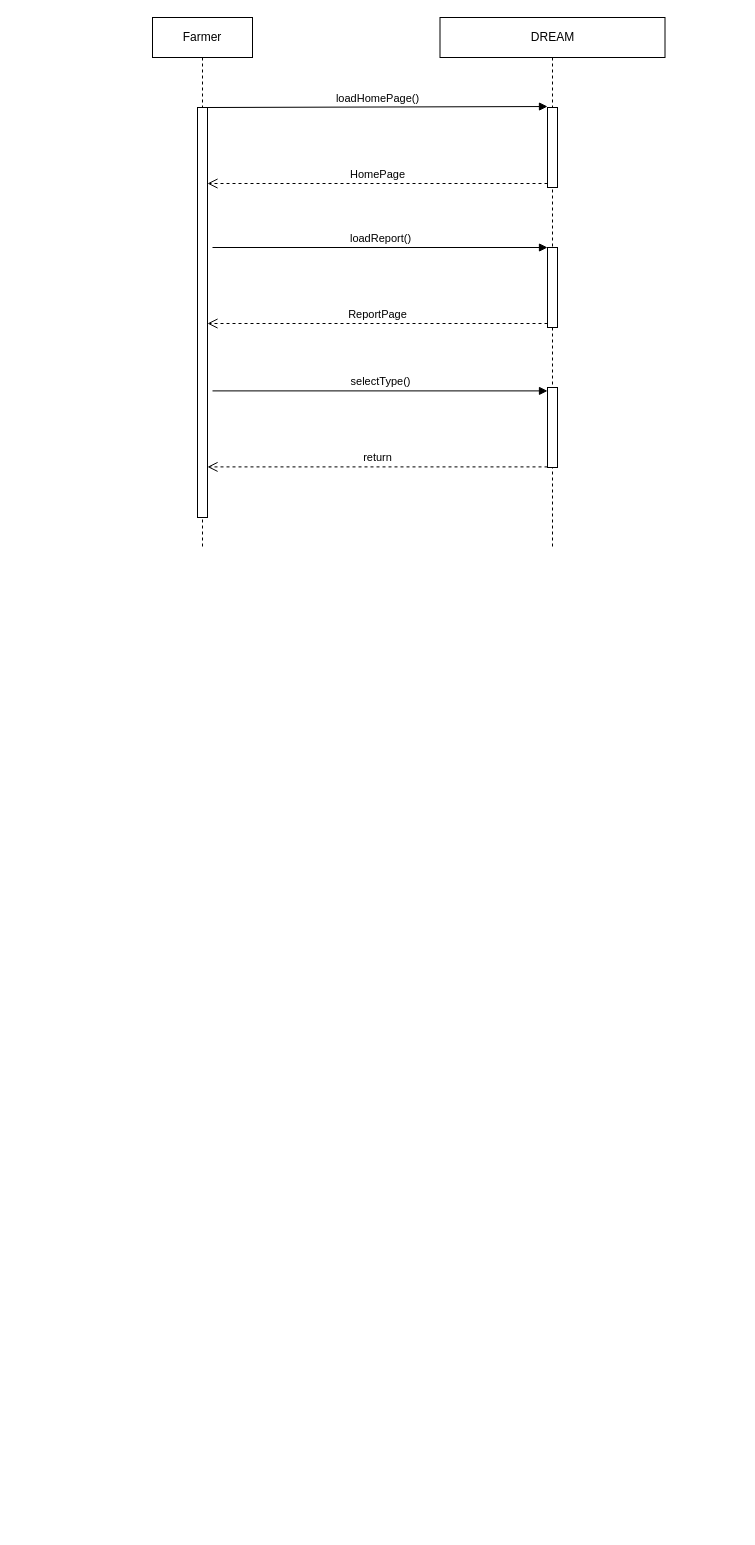
This is page "FarmerReport" (7 of 13) of RASD/diagrams/Sequence Diagram.drawio from ictar/DREAM-SE2-Project-2022, a draw.io file, before an edit. Source tidied: cells renumbered, new cells numbered last; positions are measured from the earlier drawing's top-left corner, leaving out a move shared by most shapes. Both pictures are drawn from the tidied source at 100%, with x=0, y=0 at pixel (152, 17).
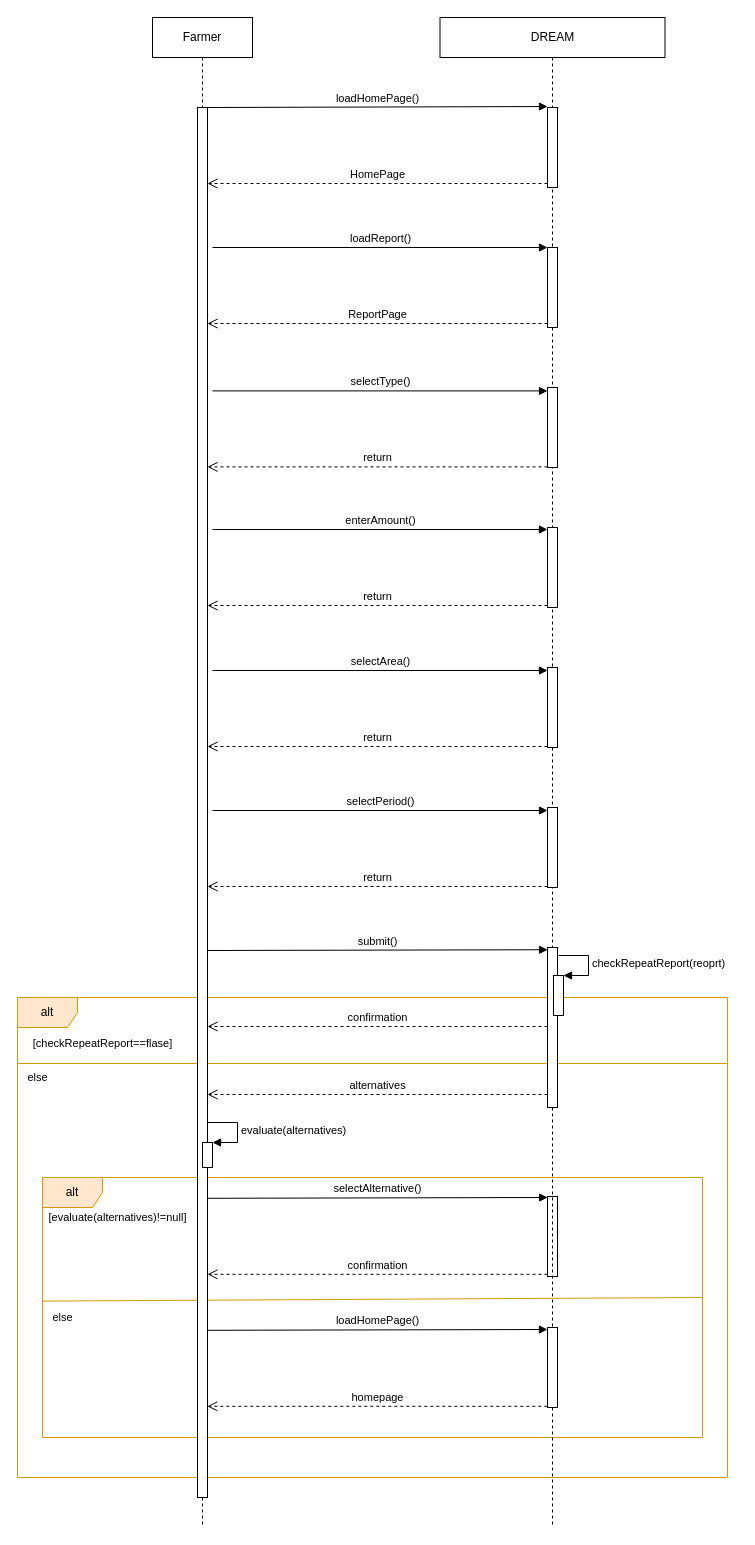
After the change.

Change to the diagram source:
```diff
@@
+    <mxCell id="14" style="group;" parent="1" vertex="1">
+      <mxGeometry x="-135" y="980" width="720" height="480" as="geometry" />
+    </mxCell>
+    <mxCell id="15" style="group;" parent="14" vertex="1">
+      <mxGeometry width="720" height="480" as="geometry" />
+    </mxCell>
+    <mxCell id="16" value="alt" style="shape=umlFrame;whiteSpace=wrap;html=1;fillColor=#ffe6cc;strokeColor=#d79b00;" parent="15" vertex="1">
+      <mxGeometry width="710" height="480" as="geometry" />
+    </mxCell>
+    <mxCell id="17" value="&lt;span style=&quot;font-size: 11px ; text-align: left ; background-color: rgb(255 , 255 , 255)&quot;&gt;[checkRepeatReport==flase]&lt;/span&gt;" style="text;html=1;align=center;verticalAlign=middle;strokeColor=none;fillColor=none;" parent="15" vertex="1">
+      <mxGeometry y="36" width="170" height="20" as="geometry" />
+    </mxCell>
+    <mxCell id="18" value="&lt;div style=&quot;text-align: left&quot;&gt;&lt;span style=&quot;font-size: 11px ; background-color: rgb(255 , 255 , 255)&quot;&gt;else&lt;/span&gt;&lt;/div&gt;" style="text;html=1;align=center;verticalAlign=middle;strokeColor=none;fillColor=none;" parent="15" vertex="1">
+      <mxGeometry y="70" width="40" height="20" as="geometry" />
+    </mxCell>
+    <mxCell id="19" style="group;" parent="15" vertex="1">
+      <mxGeometry x="25" y="180" width="660" height="280" as="geometry" />
+    </mxCell>
+    <mxCell id="20" value="alt" style="shape=umlFrame;whiteSpace=wrap;html=1;fillColor=#ffe6cc;strokeColor=#d79b00;" parent="19" vertex="1">
+      <mxGeometry width="660" height="260" as="geometry" />
+    </mxCell>
+    <mxCell id="21" value="&lt;font style=&quot;font-size: 11px&quot;&gt;&lt;span style=&quot;text-align: left ; background-color: rgb(255 , 255 , 255) ; font-size: 11px&quot;&gt;[&lt;/span&gt;&lt;span style=&quot;text-align: left ; background-color: rgb(255 , 255 , 255) ; font-size: 11px&quot;&gt;evaluate(alternatives)!=null&lt;/span&gt;&lt;span style=&quot;text-align: left ; background-color: rgb(255 , 255 , 255) ; font-size: 11px&quot;&gt;]&lt;/span&gt;&lt;/font&gt;" style="text;html=1;align=center;verticalAlign=middle;strokeColor=none;fillColor=none;" parent="19" vertex="1">
+      <mxGeometry x="-10" y="30.3" width="170" height="20" as="geometry" />
+    </mxCell>
+    <mxCell id="22" value="&lt;div style=&quot;text-align: left&quot;&gt;&lt;span style=&quot;font-size: 11px ; background-color: rgb(255 , 255 , 255)&quot;&gt;else&lt;/span&gt;&lt;/div&gt;" style="text;html=1;align=center;verticalAlign=middle;strokeColor=none;fillColor=none;" parent="19" vertex="1">
+      <mxGeometry y="130" width="40" height="20" as="geometry" />
+    </mxCell>
+    <mxCell id="23" style="endArrow=none;html=1;rounded=0;exitX=0;exitY=0.4;exitDx=0;exitDy=0;exitPerimeter=0;fillColor=#ffe6cc;strokeColor=#d79b00;entryX=1.001;entryY=0.2;entryDx=0;entryDy=0;entryPerimeter=0;" parent="19" edge="1">
+      <mxGeometry relative="1" as="geometry">
+        <mxPoint y="123.6" as="sourcePoint" />
+        <mxPoint x="660.7" y="120" as="targetPoint" />
+      </mxGeometry>
+    </mxCell>
+    <mxCell id="24" value="confirmation" style="html=1;verticalAlign=bottom;endArrow=open;dashed=1;endSize=8;exitX=0;exitY=0.95;rounded=0;" parent="19" edge="1">
+      <mxGeometry relative="1" as="geometry">
+        <mxPoint x="505" y="96.8" as="sourcePoint" />
+        <mxPoint x="165" y="96.8" as="targetPoint" />
+      </mxGeometry>
+    </mxCell>
+    <mxCell id="25" value="selectAlternative()" style="html=1;verticalAlign=bottom;endArrow=block;entryX=0.016;entryY=0.014;rounded=0;entryDx=0;entryDy=0;entryPerimeter=0;" parent="19" edge="1">
+      <mxGeometry relative="1" as="geometry">
+        <mxPoint x="165" y="20.8" as="sourcePoint" />
+        <mxPoint x="505.2" y="20" as="targetPoint" />
+      </mxGeometry>
+    </mxCell>
+    <mxCell id="26" style="html=1;perimeter=orthogonalPerimeter;" parent="19" vertex="1">
+      <mxGeometry x="505" y="19" width="10" height="80" as="geometry" />
+    </mxCell>
+    <mxCell id="27" value="homepage" style="html=1;verticalAlign=bottom;endArrow=open;dashed=1;endSize=8;exitX=0;exitY=0.95;rounded=0;" parent="19" edge="1">
+      <mxGeometry relative="1" as="geometry">
+        <mxPoint x="504.8" y="228.8" as="sourcePoint" />
+        <mxPoint x="164.8" y="228.8" as="targetPoint" />
+      </mxGeometry>
+    </mxCell>
+    <mxCell id="28" value="loadHomePage()" style="html=1;verticalAlign=bottom;endArrow=block;entryX=0.016;entryY=0.014;rounded=0;entryDx=0;entryDy=0;entryPerimeter=0;" parent="19" edge="1">
+      <mxGeometry relative="1" as="geometry">
+        <mxPoint x="164.8" y="152.8" as="sourcePoint" />
+        <mxPoint x="505" y="152" as="targetPoint" />
+      </mxGeometry>
+    </mxCell>
+    <mxCell id="29" style="endArrow=none;html=1;rounded=0;exitX=0;exitY=0.4;exitDx=0;exitDy=0;exitPerimeter=0;fillColor=#ffe6cc;strokeColor=#d79b00;" parent="14" edge="1">
+      <mxGeometry relative="1" as="geometry">
+        <mxPoint y="66" as="sourcePoint" />
+        <mxPoint x="710" y="66" as="targetPoint" />
+      </mxGeometry>
+    </mxCell>
     <mxCell id="2" value="Farmer" style="shape=umlLifeline;perimeter=lifelinePerimeter;whiteSpace=wrap;html=1;" parent="1" vertex="1">
-      <mxGeometry width="100" height="530" as="geometry" />
+      <mxGeometry width="100" height="1510" as="geometry" />
     </mxCell>
     <mxCell id="3" value="DREAM" style="shape=umlLifeline;perimeter=lifelinePerimeter;whiteSpace=wrap;html=1;" parent="1" vertex="1">
-      <mxGeometry x="287.5" width="225" height="530" as="geometry" />
+      <mxGeometry x="287.5" width="225" height="1510" as="geometry" />
     </mxCell>
@@
+    <mxCell id="30" value="return" style="html=1;verticalAlign=bottom;endArrow=open;dashed=1;endSize=8;exitX=0;exitY=0.95;rounded=0;" parent="1" edge="1">
+      <mxGeometry relative="1" as="geometry">
+        <mxPoint x="395" y="588" as="sourcePoint" />
+        <mxPoint x="55" y="588" as="targetPoint" />
+      </mxGeometry>
+    </mxCell>
+    <mxCell id="31" value="enterAmount()" style="html=1;verticalAlign=bottom;endArrow=block;entryX=0;entryY=0;rounded=0;" parent="1" edge="1">
+      <mxGeometry relative="1" as="geometry">
+        <mxPoint x="60" y="512" as="sourcePoint" />
+        <mxPoint x="395" y="512" as="targetPoint" />
+      </mxGeometry>
+    </mxCell>
+    <mxCell id="32" value="return" style="html=1;verticalAlign=bottom;endArrow=open;dashed=1;endSize=8;exitX=0;exitY=0.95;rounded=0;" parent="1" edge="1">
+      <mxGeometry relative="1" as="geometry">
+        <mxPoint x="395" y="729" as="sourcePoint" />
+        <mxPoint x="55" y="729" as="targetPoint" />
+      </mxGeometry>
+    </mxCell>
+    <mxCell id="33" value="selectArea()" style="html=1;verticalAlign=bottom;endArrow=block;entryX=0;entryY=0;rounded=0;" parent="1" edge="1">
+      <mxGeometry relative="1" as="geometry">
+        <mxPoint x="60" y="653" as="sourcePoint" />
+        <mxPoint x="395" y="653" as="targetPoint" />
+      </mxGeometry>
+    </mxCell>
+    <mxCell id="34" value="return" style="html=1;verticalAlign=bottom;endArrow=open;dashed=1;endSize=8;exitX=0;exitY=0.95;rounded=0;" parent="1" edge="1">
+      <mxGeometry relative="1" as="geometry">
+        <mxPoint x="395" y="869" as="sourcePoint" />
+        <mxPoint x="55" y="869" as="targetPoint" />
+      </mxGeometry>
+    </mxCell>
+    <mxCell id="35" value="selectPeriod()" style="html=1;verticalAlign=bottom;endArrow=block;entryX=0;entryY=0;rounded=0;" parent="1" edge="1">
+      <mxGeometry relative="1" as="geometry">
+        <mxPoint x="60" y="793" as="sourcePoint" />
+        <mxPoint x="395" y="793" as="targetPoint" />
+      </mxGeometry>
+    </mxCell>
+    <mxCell id="36" value="confirmation" style="html=1;verticalAlign=bottom;endArrow=open;dashed=1;endSize=8;exitX=0;exitY=0.95;rounded=0;" parent="1" edge="1">
+      <mxGeometry relative="1" as="geometry">
+        <mxPoint x="395" y="1009" as="sourcePoint" />
+        <mxPoint x="55" y="1009" as="targetPoint" />
+      </mxGeometry>
+    </mxCell>
+    <mxCell id="37" value="submit()" style="html=1;verticalAlign=bottom;endArrow=block;entryX=0.016;entryY=0.014;rounded=0;entryDx=0;entryDy=0;entryPerimeter=0;" parent="1" edge="1" target="41">
+      <mxGeometry relative="1" as="geometry">
+        <mxPoint x="55" y="933" as="sourcePoint" />
+      </mxGeometry>
+    </mxCell>
@@
+    <mxCell id="38" style="html=1;perimeter=orthogonalPerimeter;" parent="1" vertex="1">
+      <mxGeometry x="395" y="510" width="10" height="80" as="geometry" />
+    </mxCell>
+    <mxCell id="39" style="html=1;perimeter=orthogonalPerimeter;" parent="1" vertex="1">
+      <mxGeometry x="395" y="650" width="10" height="80" as="geometry" />
+    </mxCell>
+    <mxCell id="40" style="html=1;perimeter=orthogonalPerimeter;" parent="1" vertex="1">
+      <mxGeometry x="395" y="790" width="10" height="80" as="geometry" />
+    </mxCell>
+    <mxCell id="41" style="html=1;points=[];perimeter=orthogonalPerimeter;" parent="1" vertex="1">
+      <mxGeometry x="395" y="930" width="10" height="160" as="geometry" />
+    </mxCell>
+    <mxCell id="42" style="html=1;points=[];perimeter=orthogonalPerimeter;" parent="1" vertex="1">
+      <mxGeometry x="401" y="958" width="10" height="40" as="geometry" />
+    </mxCell>
+    <mxCell id="43" value="checkRepeatReport(reoprt)" style="edgeStyle=orthogonalEdgeStyle;html=1;align=left;spacingLeft=2;endArrow=block;rounded=0;entryX=1;entryY=0;" parent="1" edge="1" target="42">
+      <mxGeometry relative="1" as="geometry">
+        <mxPoint x="406" y="938" as="sourcePoint" />
+        <Array as="points">
+          <mxPoint x="436" y="938" />
+        </Array>
+      </mxGeometry>
+    </mxCell>
+    <mxCell id="44" value="evaluate(alternatives)" style="edgeStyle=orthogonalEdgeStyle;html=1;align=left;spacingLeft=2;endArrow=block;rounded=0;entryX=1;entryY=0;" parent="1" edge="1" target="46">
+      <mxGeometry relative="1" as="geometry">
+        <mxPoint x="55" y="1105" as="sourcePoint" />
+        <Array as="points">
+          <mxPoint x="85" y="1105" />
+        </Array>
+      </mxGeometry>
+    </mxCell>
+    <mxCell id="45" value="alternatives" style="html=1;verticalAlign=bottom;endArrow=open;dashed=1;endSize=8;exitX=0;exitY=0.95;rounded=0;" parent="1" edge="1">
+      <mxGeometry relative="1" as="geometry">
+        <mxPoint x="395" y="1077" as="sourcePoint" />
+        <mxPoint x="55" y="1077" as="targetPoint" />
+      </mxGeometry>
+    </mxCell>
     <mxCell id="13" style="html=1;perimeter=orthogonalPerimeter;" parent="1" vertex="1">
-      <mxGeometry x="45" y="90" width="10" height="410" as="geometry" />
+      <mxGeometry x="45" y="90" width="10" height="1390" as="geometry" />
     </mxCell>
+    <mxCell id="46" style="html=1;points=[];perimeter=orthogonalPerimeter;" parent="1" vertex="1">
+      <mxGeometry x="50" y="1125" width="10" height="25" as="geometry" />
+    </mxCell>
+    <mxCell id="47" style="html=1;perimeter=orthogonalPerimeter;" parent="1" vertex="1">
+      <mxGeometry x="395" y="1310" width="10" height="80" as="geometry" />
+    </mxCell>
```
